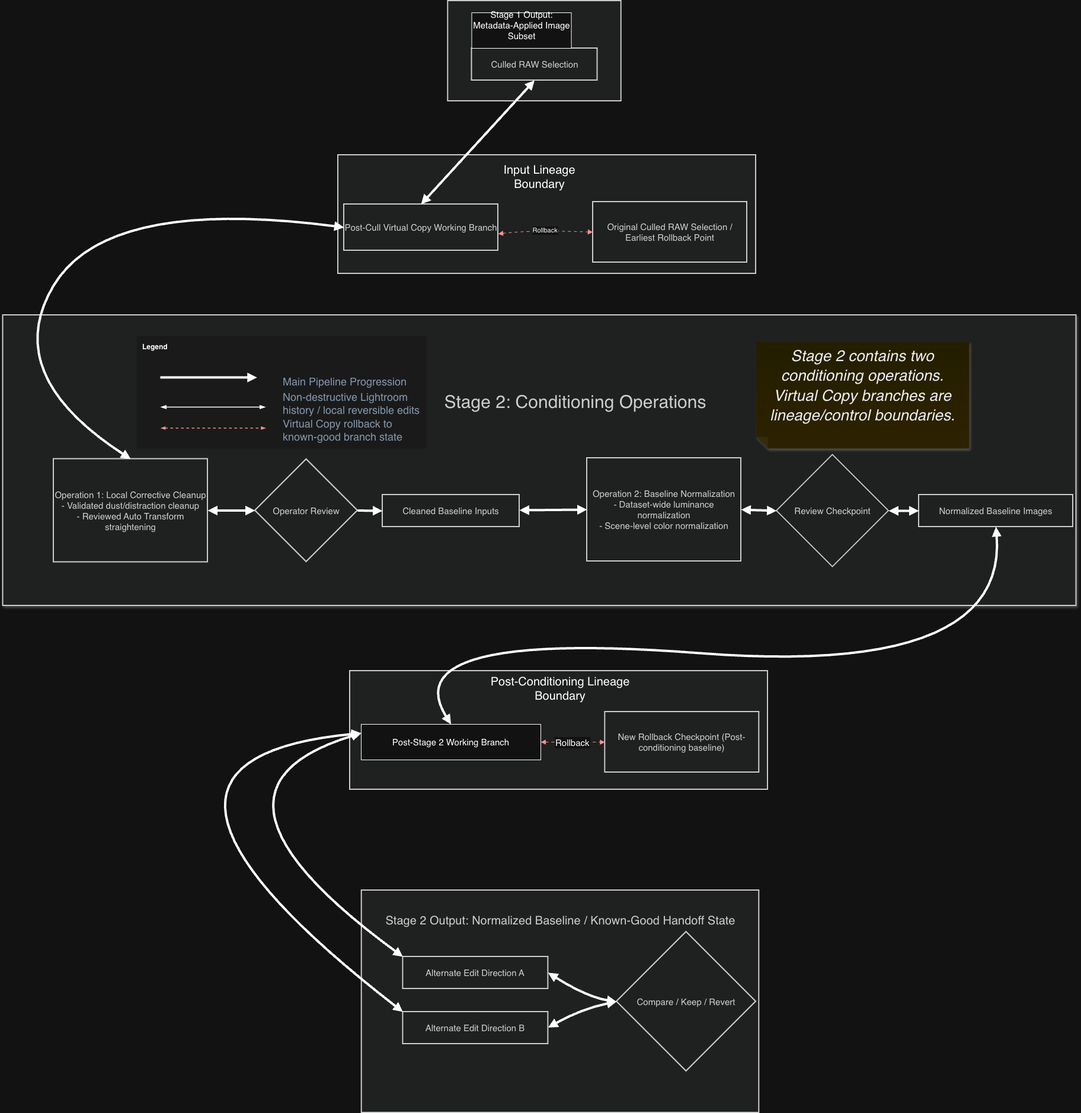
The draw.io diagram docs/stage-2-pipeline-diagram.png in Oak-22/creative-workflow-batch-transformation-pipeline, before a commit. Source tidied: cells renumbered, new cells last; positions are measured from the earlier drawing's top-left corner, leaving out a move shared by most shapes.
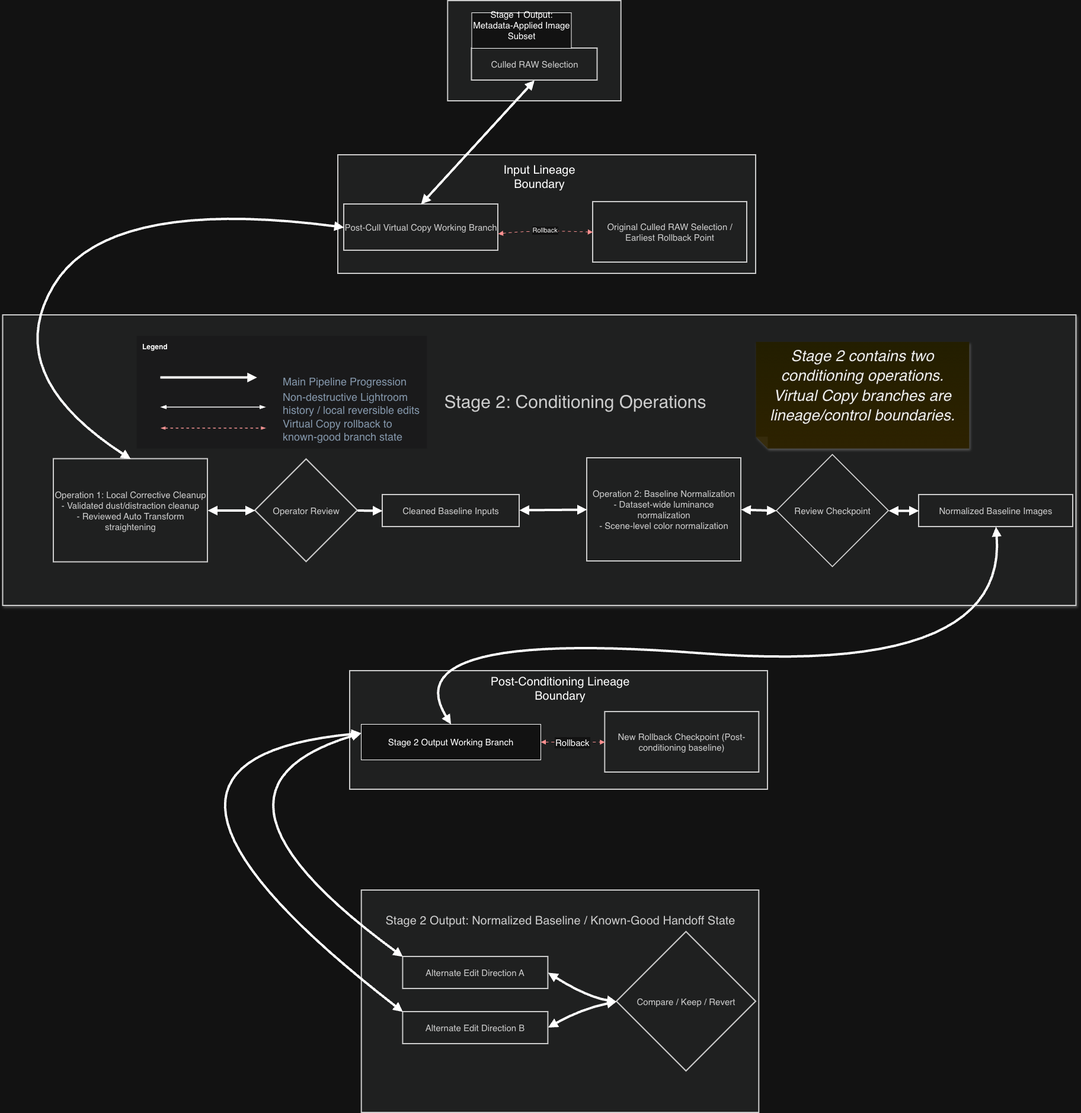
The same diagram one commit later.

Commit message:
Updates to Stage 2 pipeline diagram

Change to the diagram source:
```diff
@@ -114,7 +114,7 @@
     <mxCell id="31" value="&lt;div&gt;Stage 1 Output: Metadata-Applied Image Subset&lt;/div&gt;&lt;div&gt;&lt;br&gt;&lt;/div&gt;" style="rounded=0;whiteSpace=wrap;html=1;fontSize=15;" parent="1" vertex="1">
       <mxGeometry x="795.5" y="20" width="168" height="60" as="geometry" />
     </mxCell>
-    <mxCell id="32" value="Post-Stage 2 Working Branch" style="rounded=0;whiteSpace=wrap;html=1;fontSize=15;" parent="1" vertex="1">
+    <mxCell id="32" value="Stage 2 Output Working Branch" style="rounded=0;whiteSpace=wrap;html=1;fontSize=15;" parent="1" vertex="1">
       <mxGeometry x="609" y="1220" width="303" height="60" as="geometry" />
     </mxCell>
     <mxCell id="33" value="&lt;font style=&quot;font-size: 20px;&quot;&gt;Post-Conditioning Lineage Boundary&lt;/font&gt;" style="text;html=1;whiteSpace=wrap;strokeColor=none;fillColor=none;align=center;verticalAlign=middle;rounded=0;" parent="1" vertex="1">
```
